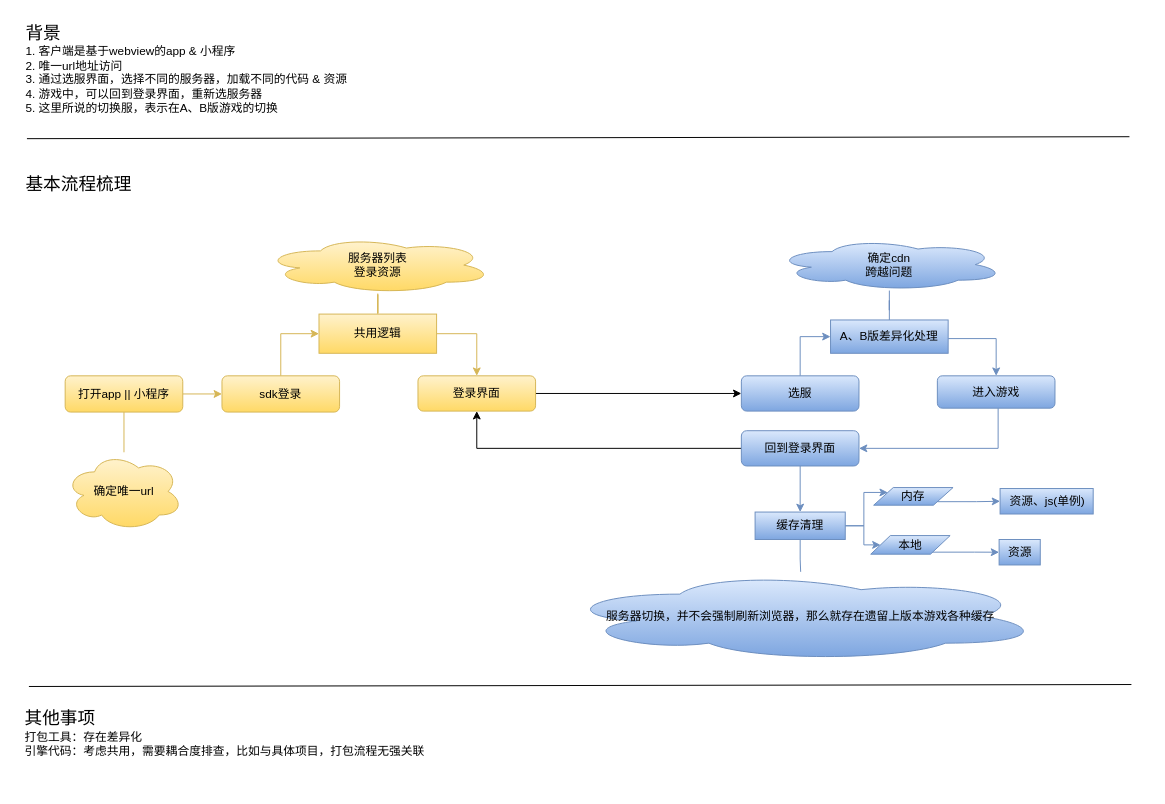
Before: page "融合代码" (3 of 3) of aigc/aigc.drawio in breezerzxq/Diagram, a draw.io diagram. Source tidied: cells renumbered, new cells numbered last; positions are measured from the earlier drawing's top-left corner, leaving out a move shared by most shapes. Both pictures are drawn from the tidied source at 98%, with x=0, y=0 at pixel (23, 17).
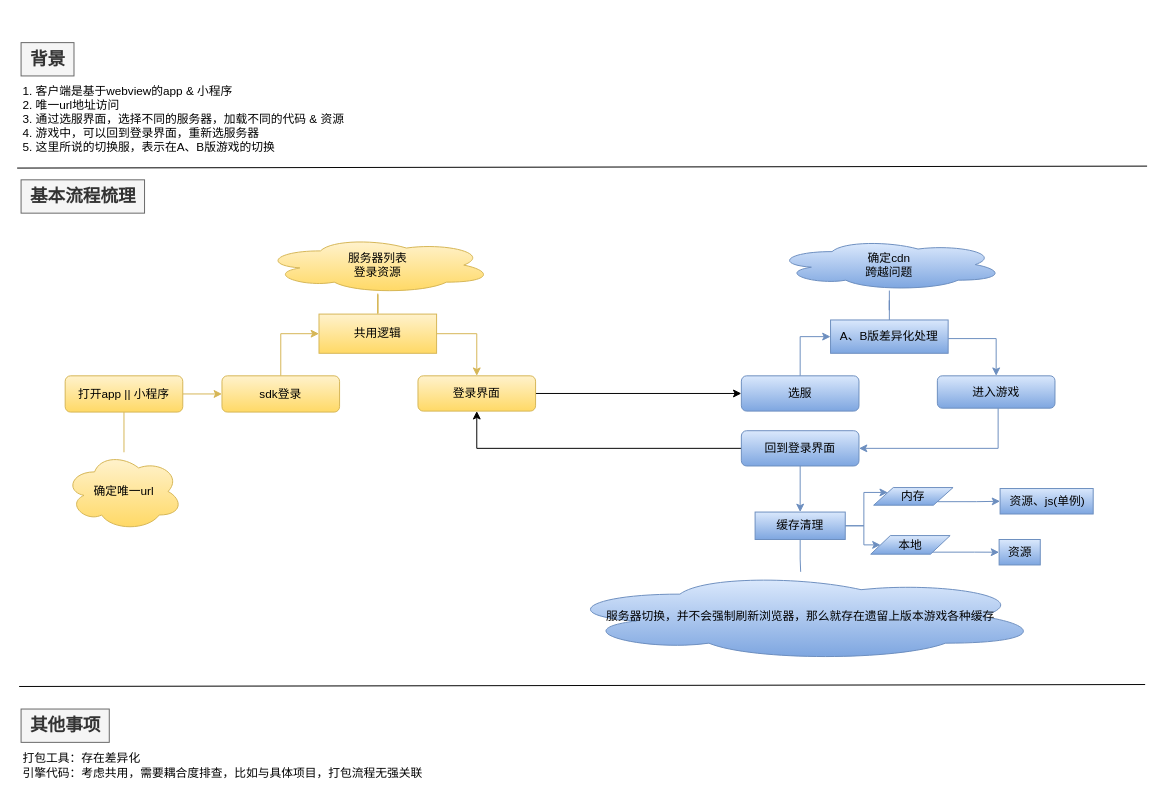
After the change.

Diff of the diagram source:
```diff
@@
-    <mxCell id="2" value="&lt;font style=&quot;font-size: 18px;&quot;&gt;背景&lt;/font&gt;&lt;br&gt;&lt;div&gt;1. 客户端是基于webview的app &amp;amp; 小程序&lt;/div&gt;&lt;div&gt;2. 唯一url地址访问&lt;/div&gt;&lt;div&gt;3. 通过选服界面，选择不同的服务器，加载不同的代码 &amp;amp; 资源&lt;/div&gt;&lt;div&gt;4. 游戏中，可以回到登录界面，重新选服务器&lt;/div&gt;&lt;div&gt;5. 这里所说的切换服，表示在A、B版游戏的切换&lt;/div&gt;" style="text;html=1;align=left;verticalAlign=middle;strokeColor=none;fillColor=none;" parent="1" vertex="1">
-      <mxGeometry x="1" width="346" height="106" as="geometry" />
+    <mxCell id="2" value="&lt;b&gt;&lt;font style=&quot;font-size: 18px;&quot;&gt;背景&lt;/font&gt;&lt;/b&gt;" style="text;html=1;align=center;verticalAlign=middle;strokeColor=#666666;fillColor=#f5f5f5;fontColor=#333333;" parent="1" vertex="1">
+      <mxGeometry x="-2" y="26" width="54" height="34" as="geometry" />
     </mxCell>
-    <mxCell id="3" value="&lt;font style=&quot;font-size: 18px;&quot;&gt;基本流程梳理&lt;/font&gt;" style="text;html=1;align=left;verticalAlign=middle;strokeColor=none;fillColor=none;" parent="1" vertex="1">
-      <mxGeometry x="1" y="154" width="126" height="34" as="geometry" />
+    <mxCell id="3" value="&lt;font style=&quot;font-size: 18px;&quot;&gt;&lt;b&gt;基本流程梳理&lt;/b&gt;&lt;/font&gt;" style="text;html=1;align=center;verticalAlign=middle;fillColor=#f5f5f5;fontColor=#333333;strokeColor=#666666;" parent="1" vertex="1">
+      <mxGeometry x="-2" y="166" width="126" height="34" as="geometry" />
     </mxCell>
@@
-    <mxCell id="29" value="&lt;font style=&quot;font-size: 18px;&quot;&gt;其他事项&lt;/font&gt;&lt;br&gt;打包工具：存在差异化&lt;div&gt;引擎代码：考虑共用，需要耦合度排查，比如与具体项目，打包流程无强关联&lt;/div&gt;" style="text;html=1;align=left;verticalAlign=middle;strokeColor=none;fillColor=none;" parent="1" vertex="1">
-      <mxGeometry y="700" width="426" height="62" as="geometry" />
+    <mxCell id="29" value="&lt;font style=&quot;font-size: 18px;&quot;&gt;&lt;b&gt;其他事项&lt;/b&gt;&lt;/font&gt;" style="text;html=1;align=center;verticalAlign=middle;strokeColor=#666666;fillColor=#f5f5f5;fontColor=#333333;" parent="1" vertex="1">
+      <mxGeometry x="-2" y="706" width="90" height="34" as="geometry" />
     </mxCell>
@@
     <mxCell id="39" style="endArrow=none;html=1;rounded=0;" parent="1" edge="1">
       <mxGeometry relative="1" as="geometry">
-        <mxPoint x="4" y="124" as="sourcePoint" />
-        <mxPoint x="1129" y="122" as="targetPoint" />
+        <mxPoint x="-6" y="154" as="sourcePoint" />
+        <mxPoint x="1147" y="152" as="targetPoint" />
       </mxGeometry>
     </mxCell>
     <mxCell id="40" style="endArrow=none;html=1;rounded=0;" parent="1" edge="1">
       <mxGeometry relative="1" as="geometry">
-        <mxPoint x="6" y="683" as="sourcePoint" />
-        <mxPoint x="1131" y="681" as="targetPoint" />
+        <mxPoint x="-4" y="683" as="sourcePoint" />
+        <mxPoint x="1145" y="681" as="targetPoint" />
       </mxGeometry>
     </mxCell>
+    <mxCell id="41" value="&lt;div style=&quot;text-wrap-mode: nowrap;&quot;&gt;1. 客户端是基于webview的app &amp;amp; 小程序&lt;/div&gt;&lt;div style=&quot;text-wrap-mode: nowrap;&quot;&gt;2. 唯一url地址访问&lt;/div&gt;&lt;div style=&quot;text-wrap-mode: nowrap;&quot;&gt;3. 通过选服界面，选择不同的服务器，加载不同的代码 &amp;amp; 资源&lt;/div&gt;&lt;div style=&quot;text-wrap-mode: nowrap;&quot;&gt;4. 游戏中，可以回到登录界面，重新选服务器&lt;/div&gt;&lt;div style=&quot;text-wrap-mode: nowrap;&quot;&gt;5. 这里所说的切换服，表示在A、B版游戏的切换&lt;/div&gt;" style="text;html=1;align=left;verticalAlign=middle;whiteSpace=wrap;rounded=0;" parent="1" vertex="1">
+      <mxGeometry x="-2" y="68" width="374" height="71" as="geometry" />
+    </mxCell>
+    <mxCell id="42" value="&lt;span style=&quot;text-wrap-mode: nowrap;&quot;&gt;打包工具：存在差异化&lt;/span&gt;&lt;div style=&quot;text-wrap-mode: nowrap;&quot;&gt;引擎代码：考虑共用，需要耦合度排查，比如与具体项目，打包流程无强关联&lt;/div&gt;" style="text;html=1;align=left;verticalAlign=middle;whiteSpace=wrap;rounded=0;" parent="1" vertex="1">
+      <mxGeometry x="-2" y="743" width="437" height="42" as="geometry" />
+    </mxCell>
```
